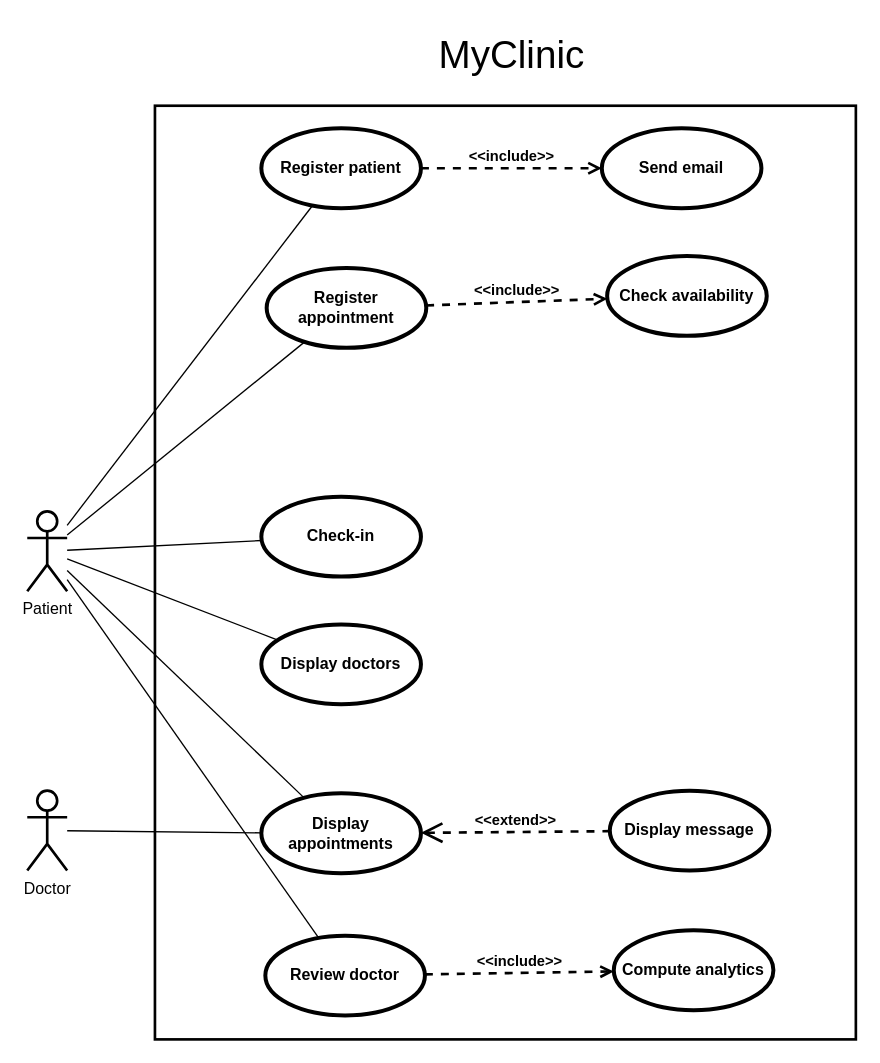
This is Diagrams/UseCase/Use Cases.drawio from RafaelCMira/myclinic-msp-project, a draw.io file, before an edit. Source tidied: cells renumbered, new cells numbered last; positions are measured from the earlier drawing's top-left corner, leaving out a move shared by most shapes. Both pictures are drawn from the tidied source at 133%, with x=0, y=0 at pixel (27, 23).
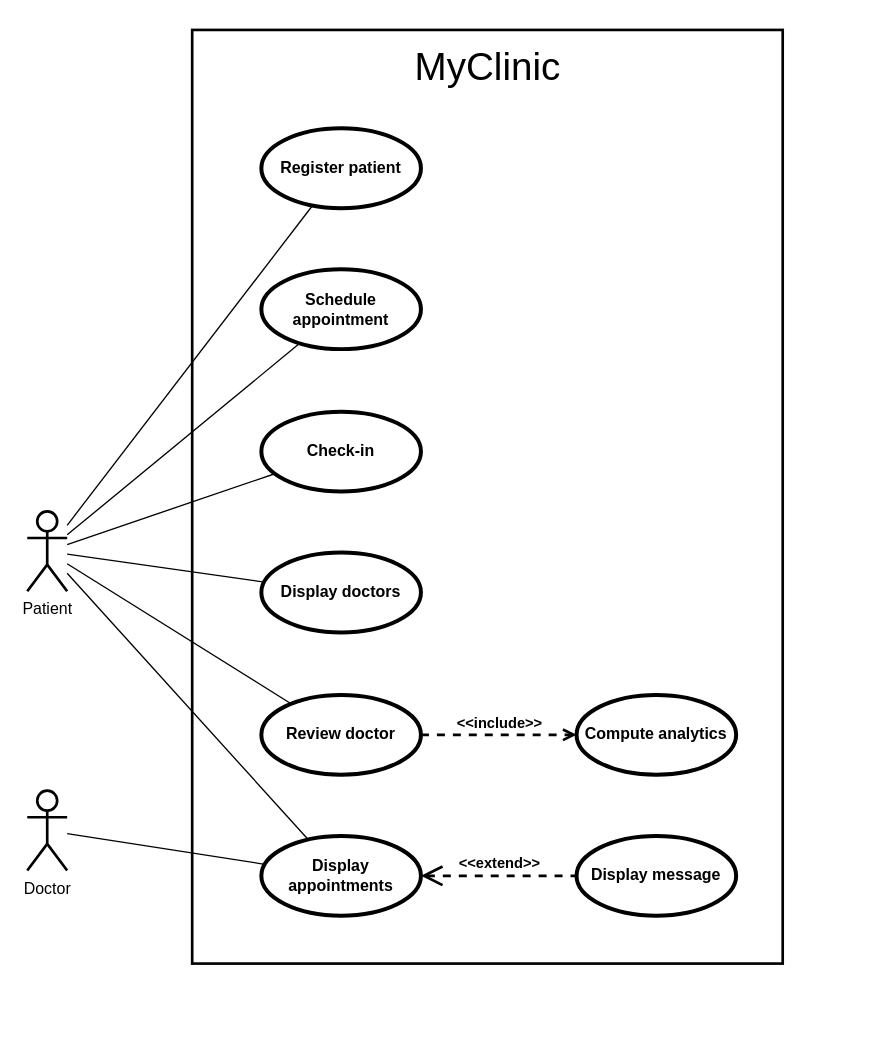
After the change.

The change refers to these unchanged cells:
```xml
<mxCell id="7" value="Register patient" style="shape=ellipse;html=1;strokeWidth=3;fontStyle=1;whiteSpace=wrap;align=center;perimeter=ellipsePerimeter;" parent="1" vertex="1">
  <mxGeometry x="176" y="79" width="120" height="60" as="geometry" />
</mxCell>
```

What changed in the source:
```diff
@@
     <mxCell id="2" style="rounded=0;whiteSpace=wrap;html=1;fontFamily=Helvetica;fontSize=11;fontColor=default;labelBackgroundColor=default;fillColor=none;strokeWidth=2;" parent="1" vertex="1">
-      <mxGeometry x="96" y="62" width="527" height="702" as="geometry" />
+      <mxGeometry x="124" y="5" width="444" height="702" as="geometry" />
     </mxCell>
     <mxCell id="3" value="&lt;font style=&quot;font-size: 29px;&quot;&gt;MyClinic&lt;/font&gt;" style="text;html=1;align=center;verticalAlign=middle;strokeColor=none;fillColor=none;" parent="1" vertex="1">
-      <mxGeometry x="300" width="128" height="47" as="geometry" />
+      <mxGeometry x="282" y="9" width="128" height="47" as="geometry" />
     </mxCell>
@@
-    <mxCell id="8" value="Send email" style="shape=ellipse;html=1;strokeWidth=3;fontStyle=1;whiteSpace=wrap;align=center;perimeter=ellipsePerimeter;" parent="1" vertex="1">
-      <mxGeometry x="432" y="79" width="120" height="60" as="geometry" />
-    </mxCell>
-    <mxCell id="9" value="Register appointment" style="shape=ellipse;html=1;strokeWidth=3;fontStyle=1;whiteSpace=wrap;align=center;perimeter=ellipsePerimeter;" parent="1" vertex="1">
-      <mxGeometry x="180" y="184" width="120" height="60" as="geometry" />
+    <mxCell id="9" value="Schedule appointment" style="shape=ellipse;html=1;strokeWidth=3;fontStyle=1;whiteSpace=wrap;align=center;perimeter=ellipsePerimeter;" parent="1" vertex="1">
+      <mxGeometry x="176" y="185" width="120" height="60" as="geometry" />
     </mxCell>
-    <mxCell id="10" value="Check availability" style="shape=ellipse;html=1;strokeWidth=3;fontStyle=1;whiteSpace=wrap;align=center;perimeter=ellipsePerimeter;" parent="1" vertex="1">
-      <mxGeometry x="436" y="175" width="120" height="60" as="geometry" />
-    </mxCell>
-    <mxCell id="11" value="&lt;b&gt;&amp;lt;&amp;lt;include&amp;gt;&amp;gt;&lt;/b&gt;" style="edgeStyle=none;html=1;endArrow=open;verticalAlign=bottom;dashed=1;labelBackgroundColor=none;rounded=0;strokeWidth=2;" parent="1" edge="1" source="9" target="10">
-      <mxGeometry relative="1" as="geometry" />
-    </mxCell>
@@
     <mxCell id="13" value="Display doctors" style="shape=ellipse;html=1;strokeWidth=3;fontStyle=1;whiteSpace=wrap;align=center;perimeter=ellipsePerimeter;" parent="1" vertex="1">
-      <mxGeometry x="176" y="452" width="120" height="60" as="geometry" />
+      <mxGeometry x="176" y="398" width="120" height="60" as="geometry" />
     </mxCell>
@@
     <mxCell id="16" value="Display appointments" style="shape=ellipse;html=1;strokeWidth=3;fontStyle=1;whiteSpace=wrap;align=center;perimeter=ellipsePerimeter;" parent="1" vertex="1">
-      <mxGeometry x="176" y="579" width="120" height="60" as="geometry" />
+      <mxGeometry x="176" y="611" width="120" height="60" as="geometry" />
     </mxCell>
     <mxCell id="17" value="Di&lt;span style=&quot;background-color: initial;&quot;&gt;splay message&lt;/span&gt;" style="shape=ellipse;html=1;strokeWidth=3;fontStyle=1;whiteSpace=wrap;align=center;perimeter=ellipsePerimeter;" parent="1" vertex="1">
-      <mxGeometry x="438" y="577" width="120" height="60" as="geometry" />
+      <mxGeometry x="413" y="611" width="120" height="60" as="geometry" />
     </mxCell>
@@
     <mxCell id="20" value="Review doctor" style="shape=ellipse;html=1;strokeWidth=3;fontStyle=1;whiteSpace=wrap;align=center;perimeter=ellipsePerimeter;" parent="1" vertex="1">
-      <mxGeometry x="179" y="686" width="120" height="60" as="geometry" />
+      <mxGeometry x="176" y="505" width="120" height="60" as="geometry" />
     </mxCell>
     <mxCell id="21" value="Compute analytics" style="shape=ellipse;html=1;strokeWidth=3;fontStyle=1;whiteSpace=wrap;align=center;perimeter=ellipsePerimeter;" parent="1" vertex="1">
-      <mxGeometry x="441" y="682" width="120" height="60" as="geometry" />
+      <mxGeometry x="413" y="505" width="120" height="60" as="geometry" />
     </mxCell>
@@
     <mxCell id="24" value="Check-in" style="shape=ellipse;html=1;strokeWidth=3;fontStyle=1;whiteSpace=wrap;align=center;perimeter=ellipsePerimeter;" parent="1" vertex="1">
-      <mxGeometry x="176" y="356" width="120" height="60" as="geometry" />
+      <mxGeometry x="176" y="292" width="120" height="60" as="geometry" />
     </mxCell>
@@
-    <mxCell id="26" value="&lt;b&gt;&amp;lt;&amp;lt;include&amp;gt;&amp;gt;&lt;/b&gt;" style="edgeStyle=none;html=1;endArrow=open;verticalAlign=bottom;dashed=1;labelBackgroundColor=none;rounded=0;strokeWidth=2;" parent="1" edge="1" source="7" target="8">
-      <mxGeometry relative="1" as="geometry" />
-    </mxCell>
```
